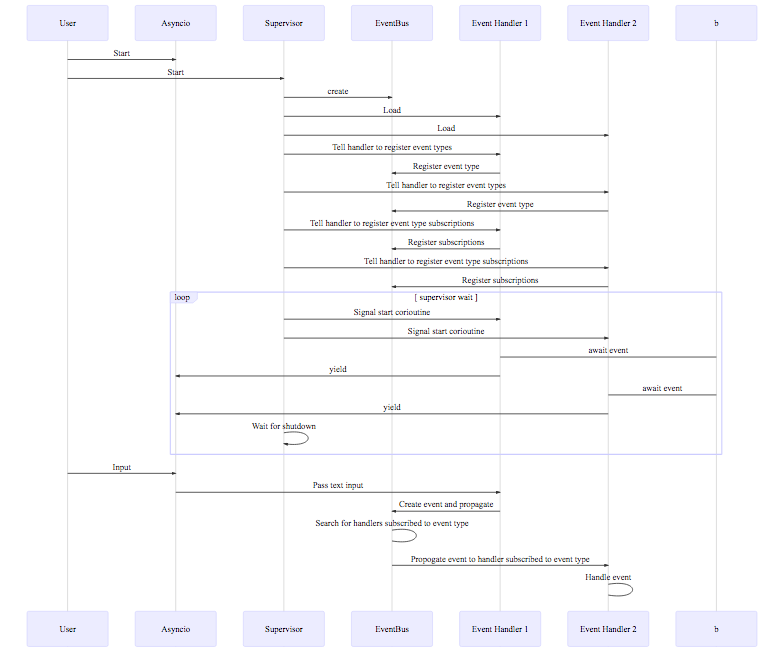
Earlier version of the Mermaid export docs/architecture/rework/publisher_subscriber_pattern.png (moe-serifu-circle/moe-serifu-agent). Its source is kept beside it as docs/architecture/rework/publisher_subscriber_pattern.mermaid.
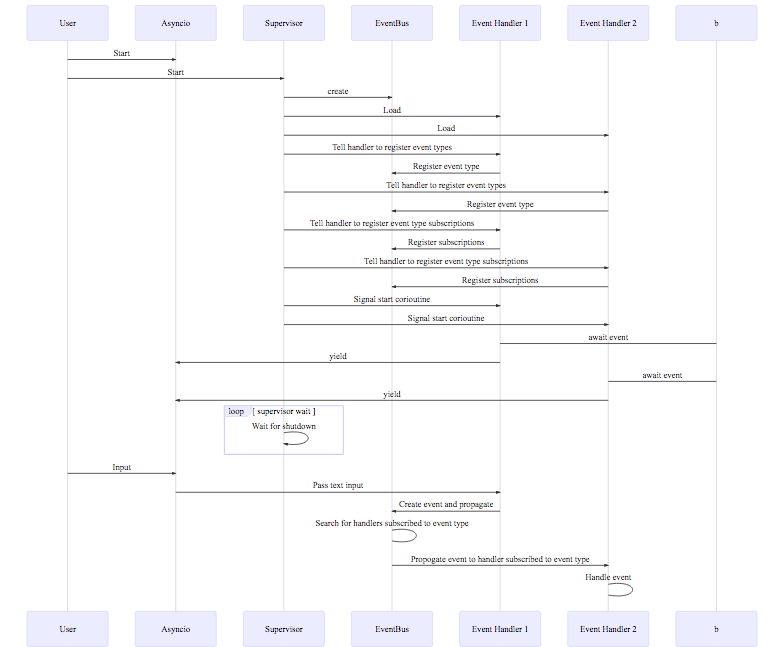
The same file after the commit.

What changed in the source:
```diff
@@ -19,13 +19,13 @@
 hdlr1->>eb: Register subscriptions
 s->>hdlr2:Tell handler to register event type subscriptions
 hdlr2->>eb: Register subscriptions
-loop supervisor wait
 s->>hdlr1:Signal start corioutine
 s->>hdlr2:Signal start corioutine
 hdlr1->b:await event
 hdlr1->>a:yield
 hdlr2->b:await event
 hdlr2->>a:yield
+loop supervisor wait
  s->>s:Wait for shutdown
 end
 u->>a:Input
```
